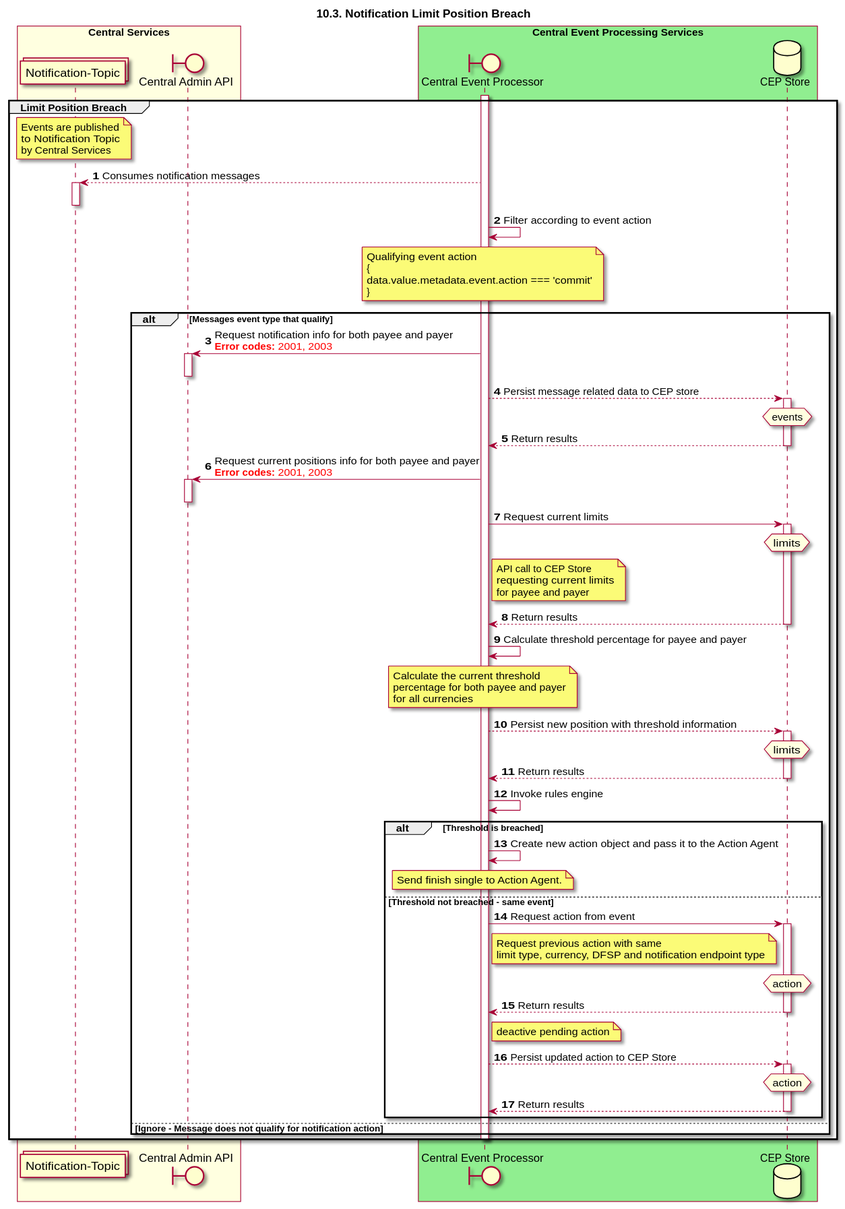
Before: docs/sequence_diagrams/notification-LimitPositionBreach.svg, a diagram exported from PlantUML (mojaloop/central-event-processor). Its diagram source:
```plantuml
@startuml
title 10.3. Notification Limit Position Breach
autonumber

collections "Notification-Topic" as TOPIC_NOTIFY
boundary "Central Admin API" as CLAPI
boundary "Central Event Processor" as CEP
database "CEP Store" as DB

box "Central Services" #LightYellow
participant TOPIC_NOTIFY
participant CLAPI
end box
box "Central Event Processing Services" #LightGreen
participant CEP
participant DB
end box

Group Limit Position Breach
    activate CEP
    note over TOPIC_NOTIFY
        Events are published
        to Notification Topic
        by Central Services
    end note
    TOPIC_NOTIFY <-- CEP: Consumes notification messages
    activate TOPIC_NOTIFY
    deactivate TOPIC_NOTIFY
    CEP -> CEP: Filter according to event action
    note over CEP
        Qualifying event action
        {
        data.value.metadata.event.action === 'commit'
        }
    end note

    alt Messages event type that qualify
        CLAPI <- CEP: Request notification info for both payee and payer\n<color #FF0000><b>Error codes:</b> 2001, 2003 </color>
        activate CLAPI
        deactivate CLAPI
        CEP --> DB: Persist message related data to CEP store
        activate DB
        hnote over DB #LightYellow
            events
        end hnote
        CEP <-- DB: Return results
        deactivate DB
        CLAPI <- CEP: Request current positions info for both payee and payer\n<color #FF0000><b>Error codes:</b> 2001, 2003 </color>
        activate CLAPI
        deactivate CLAPI
        CEP -> DB: Request current limits
        activate DB
        hnote over DB #LightYellow
            limits
        end hnote
        note right of CEP
            API call to CEP Store
            requesting current limits
            for payee and payer
        end note
        CEP <-- DB: Return results
        deactivate DB
        CEP -> CEP: Calculate threshold percentage for payee and payer
        note over of CEP
            Calculate the current threshold
            percentage for both payee and payer
            for all currencies
        end note
        CEP --> DB: Persist new position with threshold information
        activate DB
        hnote over DB #LightYellow
            limits
        end hnote
        CEP <-- DB: Return results
        deactivate DB
        CEP -> CEP: Invoke rules engine

        alt Threshold is breached
            CEP -> CEP: Create new action object and pass it to the Action Agent
            note over of CEP
                Send finish single to Action Agent.
            end note
        else Threshold not breached - same event
            CEP -> DB: Request action from event
            note right of CEP
                Request previous action with same
                limit type, currency, DFSP and notification endpoint type
            end note
            activate DB
        hnote over DB #LightYellow
            action
        end hnote
        CEP <-- DB: Return results
        deactivate DB
        note right of CEP
            deactive pending action
        end note
        CEP --> DB: Persist updated action to CEP Store
        activate DB
        hnote over DB #LightYellow
            action
        end hnote
        CEP <-- DB: Return results
        deactivate DB
        end
    else Ignore - Message does not qualify for notification action
    end
    deactivate CEP
end
@enduml
```
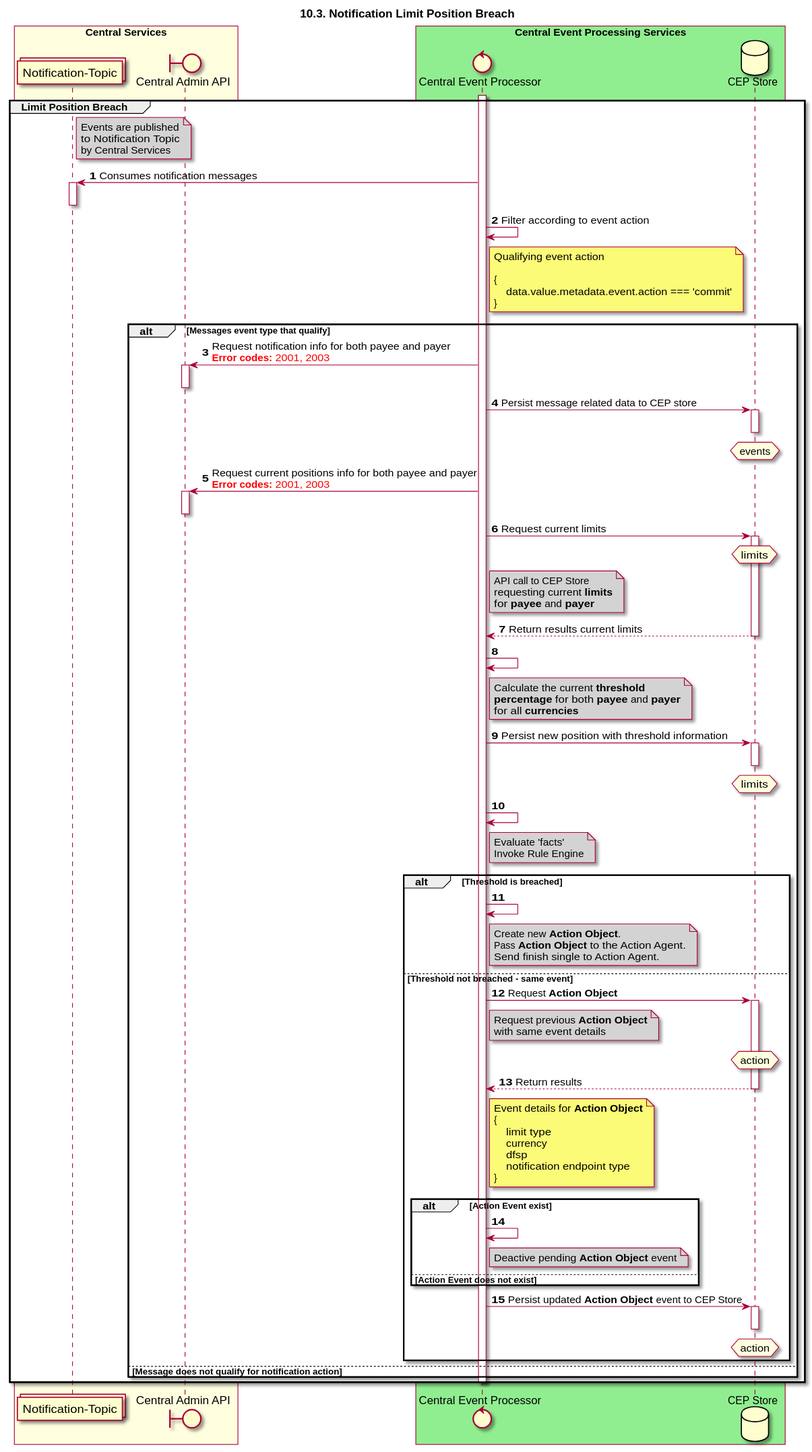
After the commit.

Change to the diagram source:
```diff
@@ -4,7 +4,7 @@
 
 collections "Notification-Topic" as TOPIC_NOTIFY
 boundary "Central Admin API" as CLAPI
-boundary "Central Event Processor" as CEP
+control "Central Event Processor" as CEP
 database "CEP Store" as DB
 
 box "Central Services" #LightYellow
@@ -18,19 +18,20 @@
 
 Group Limit Position Breach
     activate CEP
-    note over TOPIC_NOTIFY
+    note right of TOPIC_NOTIFY #LightGrey
         Events are published
         to Notification Topic
         by Central Services
     end note
-    TOPIC_NOTIFY <-- CEP: Consumes notification messages
+    TOPIC_NOTIFY <- CEP: Consumes notification messages
     activate TOPIC_NOTIFY
     deactivate TOPIC_NOTIFY
     CEP -> CEP: Filter according to event action
-    note over CEP
+    note right of CEP
         Qualifying event action
+
         {
-        data.value.metadata.event.action === 'commit'
+            data.value.metadata.event.action === 'commit'
         }
     end note
 
@@ -38,12 +39,11 @@
         CLAPI <- CEP: Request notification info for both payee and payer\n<color #FF0000><b>Error codes:</b> 2001, 2003 </color>
         activate CLAPI
         deactivate CLAPI
-        CEP --> DB: Persist message related data to CEP store
+        CEP -> DB: Persist message related data to CEP store
         activate DB
         hnote over DB #LightYellow
             events
         end hnote
-        CEP <-- DB: Return results
         deactivate DB
         CLAPI <- CEP: Request current positions info for both payee and payer\n<color #FF0000><b>Error codes:</b> 2001, 2003 </color>
         activate CLAPI
@@ -53,38 +53,43 @@
         hnote over DB #LightYellow
             limits
         end hnote
-        note right of CEP
+        note right of CEP #LightGrey
             API call to CEP Store
-            requesting current limits
-            for payee and payer
+            requesting current **limits**
+            for **payee** and **payer**
         end note
-        CEP <-- DB: Return results
+        CEP <-- DB: Return results current limits
         deactivate DB
-        CEP -> CEP: Calculate threshold percentage for payee and payer
-        note over of CEP
-            Calculate the current threshold
-            percentage for both payee and payer
-            for all currencies
+        CEP -> CEP:
+        note right of CEP #LightGrey
+            Calculate the current **threshold**
+            **percentage** for both **payee** and **payer**
+            for all **currencies**
         end note
-        CEP --> DB: Persist new position with threshold information
+        CEP -> DB: Persist new position with threshold information
         activate DB
         hnote over DB #LightYellow
             limits
         end hnote
-        CEP <-- DB: Return results
         deactivate DB
-        CEP -> CEP: Invoke rules engine
+        CEP -> CEP
+        note right of CEP #LightGrey
+            Evaluate 'facts'
+            Invoke Rule Engine
+        end note
 
         alt Threshold is breached
-            CEP -> CEP: Create new action object and pass it to the Action Agent
-            note over of CEP
+            CEP -> CEP:
+            note right of CEP #LightGrey
+                Create new **Action Object**.
+                Pass **Action Object** to the Action Agent.
                 Send finish single to Action Agent.
             end note
         else Threshold not breached - same event
-            CEP -> DB: Request action from event
-            note right of CEP
-                Request previous action with same
-                limit type, currency, DFSP and notification endpoint type
+            CEP -> DB: Request **Action Object**
+            note right of CEP #LightGrey
+                Request previous **Action Object**
+                with same event details
             end note
             activate DB
         hnote over DB #LightYellow
@@ -92,18 +97,30 @@
         end hnote
         CEP <-- DB: Return results
         deactivate DB
-        note right of CEP
-            deactive pending action
-        end note
-        CEP --> DB: Persist updated action to CEP Store
+            note right of CEP
+                Event details for **Action Object**
+                {
+                    limit type
+                    currency
+                    dfsp
+                    notification endpoint type
+                }
+            end note
+            alt Action Event exist
+                CEP -> CEP
+                note right of CEP #LightGrey
+                    Deactive pending **Action Object** event
+                end note
+            else Action Event does not exist
+            end
+        CEP -> DB: Persist updated **Action Object** event to CEP Store
         activate DB
         hnote over DB #LightYellow
             action
         end hnote
-        CEP <-- DB: Return results
         deactivate DB
         end
-    else Ignore - Message does not qualify for notification action
+    else Message does not qualify for notification action
     end
     deactivate CEP
 end
```
